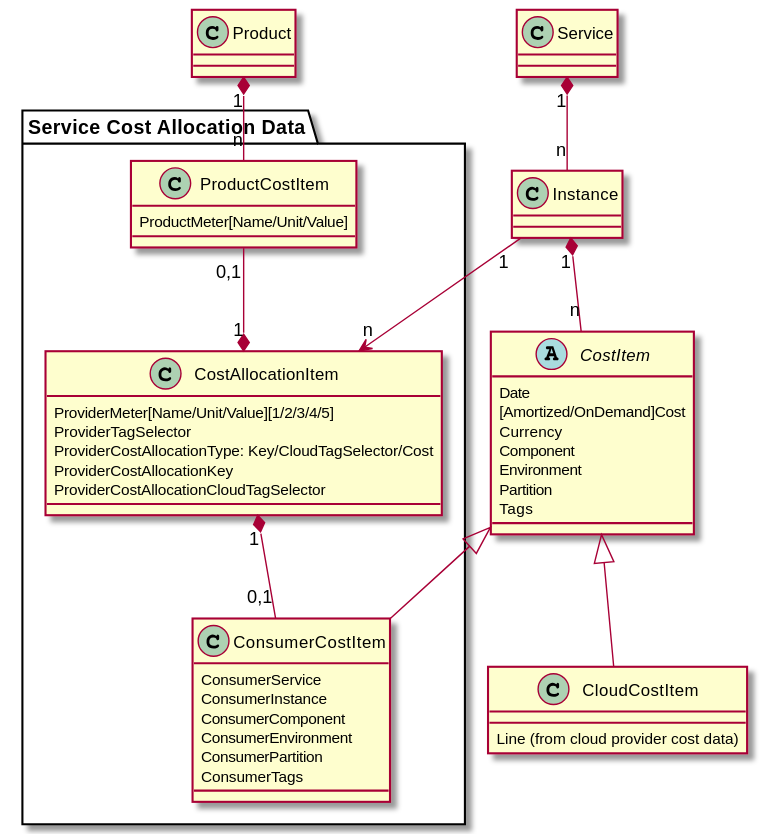
Before: puml/cost-allocation-model.svg, a diagram exported from PlantUML (AmadeusITGroup/cloud-cost-allocation).
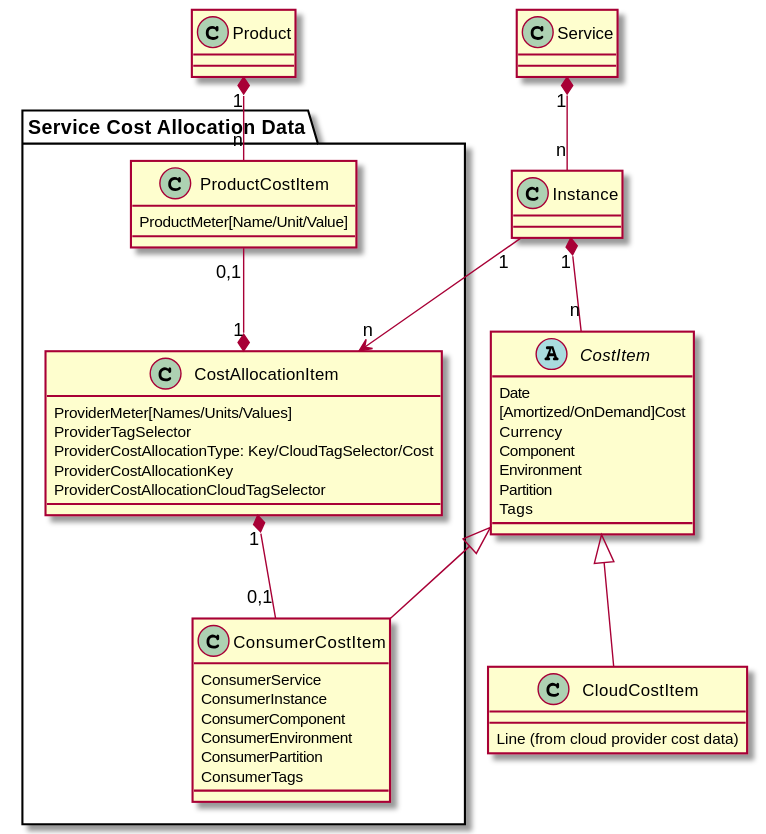
The same file after the commit.

Diff of the diagram source:
```diff
@@ -21,7 +21,7 @@
 package "Service Cost Allocation Data" as CostAllocationCSV {
 
 class CostAllocationItem {
-ProviderMeter[Name/Unit/Value][1/2/3/4/5]
+ProviderMeter[Names/Units/Values]
 ProviderTagSelector
 ProviderCostAllocationType: Key/CloudTagSelector/Cost
 ProviderCostAllocationKey
```
